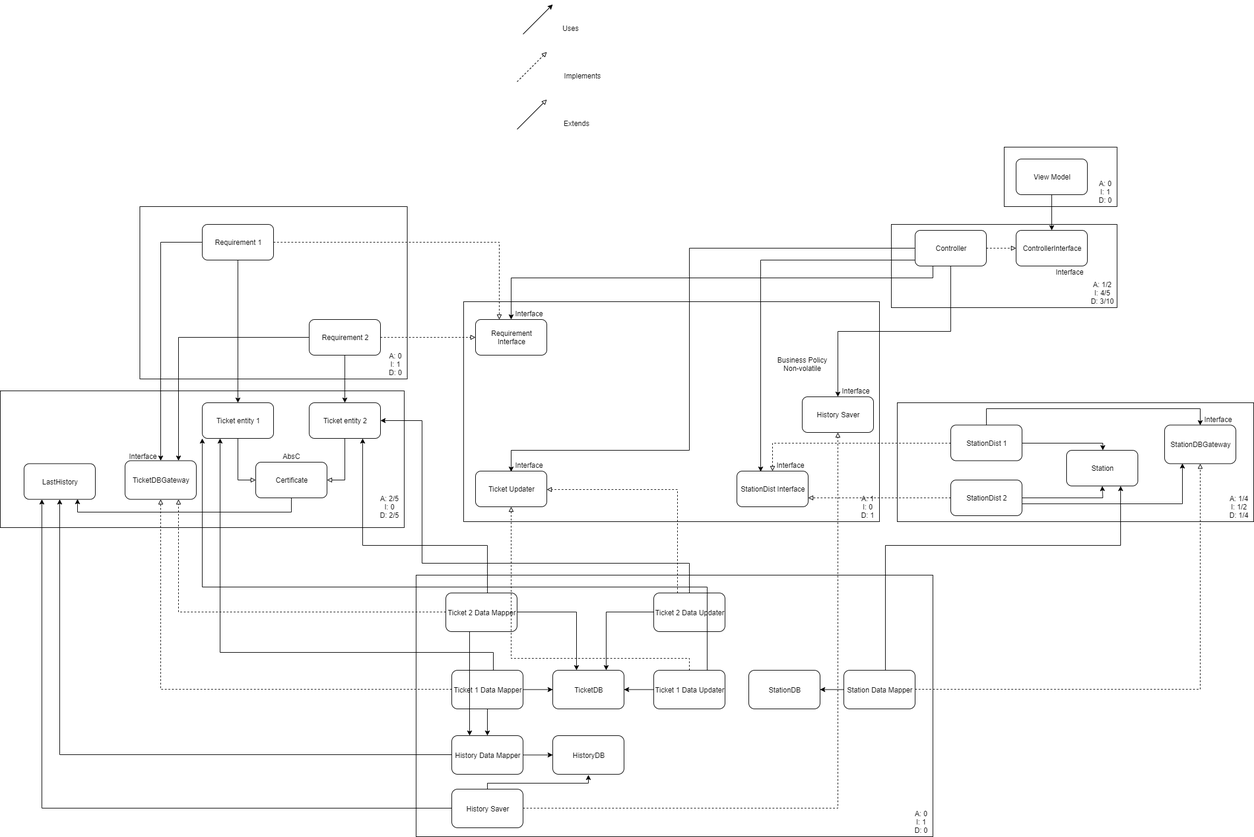
The draw.io diagram AFC.png in piapip/clean-architecture, before a commit. Source tidied: cells renumbered, new cells last; positions are measured from the earlier drawing's top-left corner, leaving out a move shared by most shapes.
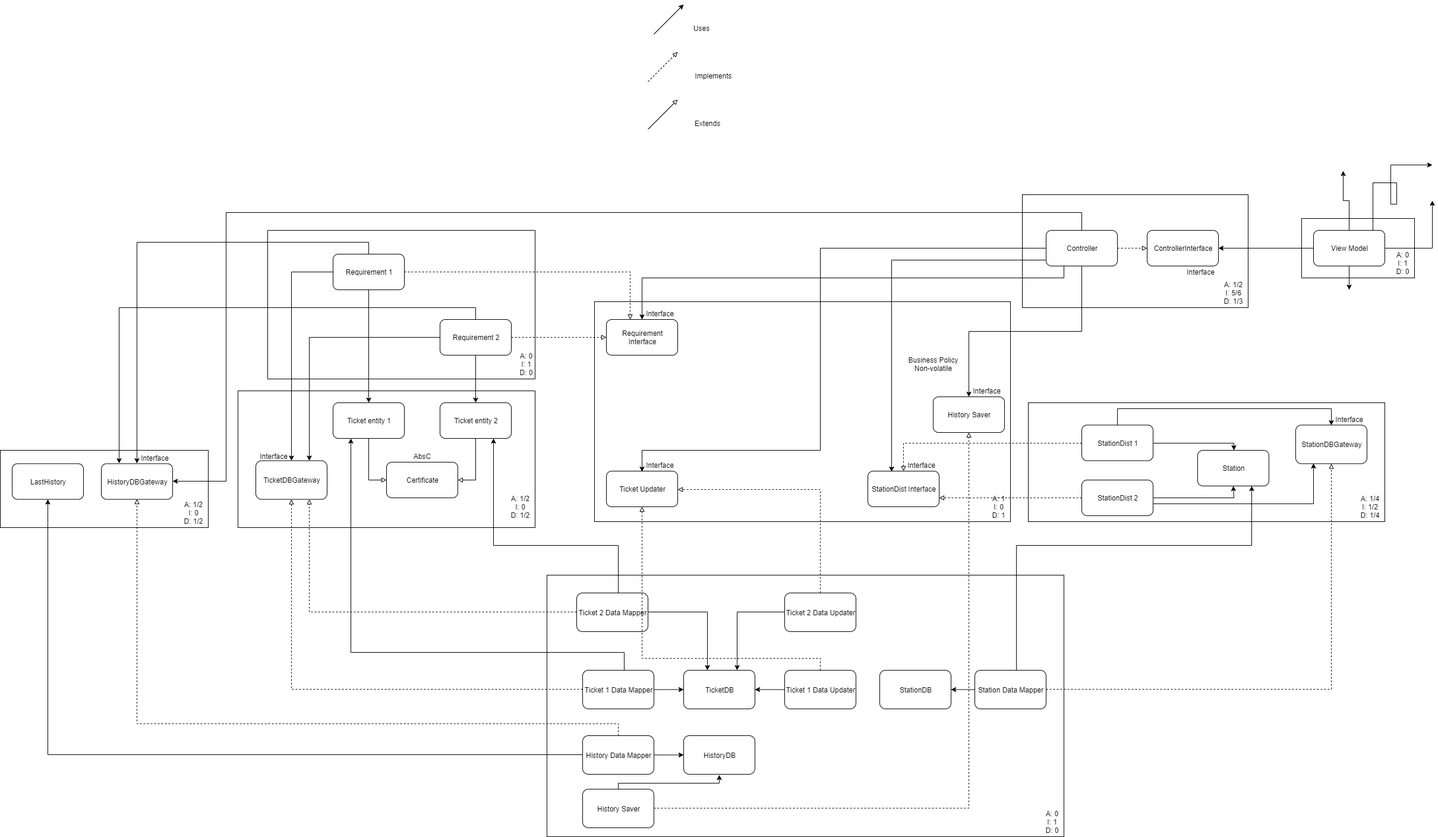
The same diagram one commit later.

The edit, as a diff of the source:
```diff
@@ -2,8 +2,11 @@
   <root>
     <mxCell id="0" />
     <mxCell id="1" parent="0" />
+    <mxCell id="103" style="rounded=0;whiteSpace=wrap;html=1;" parent="1" vertex="1">
+      <mxGeometry x="-220" y="750" width="350" height="130" as="geometry" />
+    </mxCell>
     <mxCell id="2" style="rounded=0;whiteSpace=wrap;html=1;" parent="1" vertex="1">
-      <mxGeometry x="235" y="340" width="450" height="290" as="geometry" />
+      <mxGeometry x="230" y="380" width="450" height="250" as="geometry" />
     </mxCell>
     <mxCell id="3" style="rounded=0;whiteSpace=wrap;html=1;" parent="1" vertex="1">
       <mxGeometry x="780" y="500" width="700" height="370" as="geometry" />
@@ -12,16 +15,8 @@
       <mxGeometry x="1510" y="670" width="600" height="200" as="geometry" />
     </mxCell>
     <mxCell id="5" style="rounded=0;whiteSpace=wrap;html=1;" parent="1" vertex="1">
-      <mxGeometry y="650" width="680" height="230" as="geometry" />
+      <mxGeometry x="180" y="650" width="500" height="230" as="geometry" />
     </mxCell>
-    <mxCell id="6" style="edgeStyle=orthogonalEdgeStyle;rounded=0;jettySize=auto;html=1;entryX=0.75;entryY=1;entryDx=0;entryDy=0;" parent="1" edge="1" source="7" target="73">
-      <mxGeometry relative="1" as="geometry">
-        <Array as="points">
-          <mxPoint x="490" y="854" />
-          <mxPoint x="130" y="854" />
-        </Array>
-      </mxGeometry>
-    </mxCell>
     <mxCell id="7" value="Certificate" style="rounded=1;whiteSpace=wrap;html=1;" parent="1" vertex="1">
       <mxGeometry x="430" y="770" width="120" height="60" as="geometry" />
     </mxCell>
@@ -47,18 +42,26 @@
     <mxCell id="13" style="edgeStyle=orthogonalEdgeStyle;rounded=0;jettySize=auto;html=1;endArrow=classic;endFill=1;exitX=0.5;exitY=1;exitDx=0;exitDy=0;entryX=0.5;entryY=0;entryDx=0;entryDy=0;" parent="1" edge="1" source="16" target="10">
       <mxGeometry relative="1" as="geometry" />
     </mxCell>
-    <mxCell id="14" style="edgeStyle=orthogonalEdgeStyle;rounded=0;jettySize=auto;html=1;dashed=1;endArrow=block;endFill=0;" parent="1" edge="1" source="16" target="31">
+    <mxCell id="14" style="edgeStyle=orthogonalEdgeStyle;rounded=0;jettySize=auto;html=1;dashed=1;endArrow=block;endFill=0;exitX=1;exitY=0.5;exitDx=0;exitDy=0;" parent="1" edge="1" source="16" target="31">
       <mxGeometry relative="1" as="geometry">
         <Array as="points">
-          <mxPoint x="840" y="400" />
+          <mxPoint x="840" y="450" />
         </Array>
       </mxGeometry>
     </mxCell>
     <mxCell id="15" style="edgeStyle=orthogonalEdgeStyle;rounded=0;jettySize=auto;html=1;entryX=0.5;entryY=0;entryDx=0;entryDy=0;endArrow=classic;endFill=1;" parent="1" edge="1" source="16" target="50">
       <mxGeometry relative="1" as="geometry" />
     </mxCell>
+    <mxCell id="104" style="edgeStyle=orthogonalEdgeStyle;rounded=0;jettySize=auto;html=1;entryX=0.5;entryY=0;entryDx=0;entryDy=0;endArrow=classic;endFill=1;" parent="1" edge="1" source="16" target="113">
+      <mxGeometry relative="1" as="geometry">
+        <Array as="points">
+          <mxPoint x="400" y="400" />
+          <mxPoint x="10" y="400" />
+        </Array>
+      </mxGeometry>
+    </mxCell>
     <mxCell id="16" value="Requirement 1" style="rounded=1;whiteSpace=wrap;html=1;" parent="1" vertex="1">
-      <mxGeometry x="340" y="370" width="120" height="60" as="geometry" />
+      <mxGeometry x="340" y="420" width="120" height="60" as="geometry" />
     </mxCell>
     <mxCell id="17" style="edgeStyle=orthogonalEdgeStyle;rounded=0;jettySize=auto;html=1;entryX=0.5;entryY=0;entryDx=0;entryDy=0;endArrow=classic;endFill=1;exitX=0.5;exitY=1;exitDx=0;exitDy=0;" parent="1" edge="1" source="20" target="12">
       <mxGeometry relative="1" as="geometry" />
@@ -69,6 +72,14 @@
     <mxCell id="19" style="edgeStyle=orthogonalEdgeStyle;rounded=0;jettySize=auto;html=1;entryX=0.75;entryY=0;entryDx=0;entryDy=0;endArrow=classic;endFill=1;" parent="1" edge="1" source="20" target="50">
       <mxGeometry relative="1" as="geometry" />
     </mxCell>
+    <mxCell id="105" style="edgeStyle=orthogonalEdgeStyle;rounded=0;jettySize=auto;html=1;entryX=0.25;entryY=0;entryDx=0;entryDy=0;endArrow=classic;endFill=1;exitX=0.5;exitY=0;exitDx=0;exitDy=0;" parent="1" edge="1" source="20" target="113">
+      <mxGeometry relative="1" as="geometry">
+        <Array as="points">
+          <mxPoint x="580" y="510" />
+          <mxPoint x="-20" y="510" />
+        </Array>
+      </mxGeometry>
+    </mxCell>
     <mxCell id="20" value="Requirement 2" style="rounded=1;whiteSpace=wrap;html=1;" parent="1" vertex="1">
       <mxGeometry x="520" y="530" width="120" height="60" as="geometry" />
     </mxCell>
@@ -118,7 +129,7 @@
     <mxCell id="31" value="Requirement Interface" style="rounded=1;whiteSpace=wrap;html=1;" parent="1" vertex="1">
       <mxGeometry x="800" y="530" width="120" height="60" as="geometry" />
     </mxCell>
-    <mxCell id="32" value="A: 2/5&lt;br&gt;I: 0&lt;br&gt;D: 2/5" style="text;html=1;align=center;verticalAlign=middle;" parent="1" vertex="1">
+    <mxCell id="32" value="A: 1/2&lt;br&gt;I: 0&lt;br&gt;D: 1/2" style="text;html=1;align=center;verticalAlign=middle;" parent="1" vertex="1">
       <mxGeometry x="630" y="820" width="50" height="50" as="geometry" />
     </mxCell>
     <mxCell id="33" value="A: 1/4&lt;br&gt;I: 1/2&lt;br&gt;D: 1/4" style="text;html=1;align=center;verticalAlign=middle;" parent="1" vertex="1">
@@ -168,9 +179,6 @@
     <mxCell id="46" style="edgeStyle=orthogonalEdgeStyle;rounded=0;jettySize=auto;html=1;entryX=0;entryY=0.5;entryDx=0;entryDy=0;" parent="1" edge="1" source="49" target="66">
       <mxGeometry relative="1" as="geometry" />
     </mxCell>
-    <mxCell id="47" style="edgeStyle=orthogonalEdgeStyle;rounded=0;jettySize=auto;html=1;entryX=0.5;entryY=0;entryDx=0;entryDy=0;" parent="1" edge="1" source="49" target="71">
-      <mxGeometry relative="1" as="geometry" />
-    </mxCell>
     <mxCell id="48" style="edgeStyle=orthogonalEdgeStyle;rounded=0;jettySize=auto;html=1;entryX=0.25;entryY=1;entryDx=0;entryDy=0;" parent="1" edge="1" source="49" target="10">
       <mxGeometry relative="1" as="geometry">
         <Array as="points">
@@ -192,7 +200,7 @@
       <mxGeometry x="1530" y="1350" width="40" height="50" as="geometry" />
     </mxCell>
     <mxCell id="53" style="rounded=0;whiteSpace=wrap;html=1;" parent="1" vertex="1">
-      <mxGeometry x="1500" y="370" width="380" height="140" as="geometry" />
+      <mxGeometry x="1500" y="320" width="380" height="190" as="geometry" />
     </mxCell>
     <mxCell id="54" style="edgeStyle=orthogonalEdgeStyle;rounded=0;jettySize=auto;html=1;endArrow=classic;endFill=1;" parent="1" edge="1" source="58" target="31">
       <mxGeometry relative="1" as="geometry">
@@ -222,20 +230,55 @@
         </Array>
       </mxGeometry>
     </mxCell>
+    <mxCell id="106" style="edgeStyle=orthogonalEdgeStyle;rounded=0;jettySize=auto;html=1;entryX=1;entryY=0.5;entryDx=0;entryDy=0;endArrow=classic;endFill=1;" parent="1" edge="1" source="58" target="113">
+      <mxGeometry relative="1" as="geometry">
+        <Array as="points">
+          <mxPoint x="1600" y="350" />
+          <mxPoint x="160" y="350" />
+          <mxPoint x="160" y="802" />
+        </Array>
+      </mxGeometry>
+    </mxCell>
     <mxCell id="58" value="Controller" style="rounded=1;whiteSpace=wrap;html=1;" parent="1" vertex="1">
       <mxGeometry x="1540" y="380" width="120" height="60" as="geometry" />
     </mxCell>
-    <mxCell id="59" value="A: 1/2&lt;br&gt;I: 4/5&lt;br&gt;D: 3/10" style="text;html=1;align=center;verticalAlign=middle;" parent="1" vertex="1">
+    <mxCell id="59" value="A: 1/2&lt;br&gt;I: 5/6&lt;br&gt;D: 1/3" style="text;html=1;align=center;verticalAlign=middle;" parent="1" vertex="1">
       <mxGeometry x="1830" y="460" width="50" height="50" as="geometry" />
     </mxCell>
     <mxCell id="60" style="rounded=0;whiteSpace=wrap;html=1;" parent="1" vertex="1">
-      <mxGeometry x="1690" y="240" width="190" height="100" as="geometry" />
+      <mxGeometry x="1970" y="360" width="190" height="100" as="geometry" />
     </mxCell>
-    <mxCell id="61" style="edgeStyle=orthogonalEdgeStyle;rounded=0;jettySize=auto;html=1;entryX=0.5;entryY=0;entryDx=0;entryDy=0;endArrow=classic;endFill=1;" parent="1" edge="1" source="62" target="63">
+    <mxCell id="61" style="edgeStyle=orthogonalEdgeStyle;rounded=0;jettySize=auto;html=1;entryX=1;entryY=0.5;entryDx=0;entryDy=0;endArrow=classic;endFill=1;" parent="1" edge="1" source="62" target="63">
       <mxGeometry relative="1" as="geometry" />
     </mxCell>
+    <mxCell id="107" style="edgeStyle=orthogonalEdgeStyle;rounded=0;jettySize=auto;html=1;" parent="1" edge="1" source="62">
+      <mxGeometry relative="1" as="geometry">
+        <mxPoint x="2040" y="280" as="targetPoint" />
+      </mxGeometry>
+    </mxCell>
+    <mxCell id="108" style="edgeStyle=orthogonalEdgeStyle;rounded=0;jettySize=auto;html=1;" parent="1" edge="1" source="62">
+      <mxGeometry relative="1" as="geometry">
+        <mxPoint x="2050" y="480" as="targetPoint" />
+      </mxGeometry>
+    </mxCell>
+    <mxCell id="109" style="edgeStyle=orthogonalEdgeStyle;rounded=0;jettySize=auto;html=1;" parent="1" edge="1" source="62">
+      <mxGeometry relative="1" as="geometry">
+        <mxPoint x="2190" y="330" as="targetPoint" />
+      </mxGeometry>
+    </mxCell>
+    <mxCell id="110" style="edgeStyle=orthogonalEdgeStyle;rounded=0;jettySize=auto;html=1;" parent="1" edge="1" source="62">
+      <mxGeometry relative="1" as="geometry">
+        <mxPoint x="2190" y="270" as="targetPoint" />
+        <Array as="points">
+          <mxPoint x="2090" y="300" />
+          <mxPoint x="2130" y="300" />
+          <mxPoint x="2130" y="335" />
+          <mxPoint x="2120" y="335" />
+        </Array>
+      </mxGeometry>
+    </mxCell>
     <mxCell id="62" value="View Model" style="rounded=1;whiteSpace=wrap;html=1;" parent="1" vertex="1">
-      <mxGeometry x="1710" y="260" width="120" height="60" as="geometry" />
+      <mxGeometry x="1990" y="380" width="120" height="60" as="geometry" />
     </mxCell>
     <mxCell id="63" value="ControllerInterface" style="rounded=1;whiteSpace=wrap;html=1;" parent="1" vertex="1">
       <mxGeometry x="1710" y="380" width="120" height="60" as="geometry" />
@@ -244,7 +287,7 @@
       <mxGeometry x="1770" y="440" width="60" height="20" as="geometry" />
     </mxCell>
     <mxCell id="65" value="A: 0&lt;br&gt;I: 1&lt;br&gt;D: 0" style="text;html=1;align=center;verticalAlign=middle;" parent="1" vertex="1">
-      <mxGeometry x="1840" y="290" width="40" height="50" as="geometry" />
+      <mxGeometry x="2120" y="410" width="40" height="50" as="geometry" />
     </mxCell>
     <mxCell id="66" value="TicketDB" style="rounded=1;whiteSpace=wrap;html=1;" parent="1" vertex="1">
       <mxGeometry x="930" y="1120" width="120" height="65" as="geometry" />
@@ -261,6 +304,22 @@
     <mxCell id="70" style="edgeStyle=orthogonalEdgeStyle;rounded=0;jettySize=auto;html=1;" parent="1" edge="1" source="71" target="73">
       <mxGeometry relative="1" as="geometry" />
     </mxCell>
+    <mxCell id="111" style="edgeStyle=orthogonalEdgeStyle;rounded=0;jettySize=auto;html=1;entryX=0.5;entryY=1;entryDx=0;entryDy=0;strokeColor=none;dashed=1;endArrow=block;endFill=0;" parent="1" edge="1" source="71" target="113">
+      <mxGeometry relative="1" as="geometry">
+        <Array as="points">
+          <mxPoint x="820" y="1210" />
+          <mxPoint x="10" y="1210" />
+        </Array>
+      </mxGeometry>
+    </mxCell>
+    <mxCell id="112" style="edgeStyle=orthogonalEdgeStyle;rounded=0;jettySize=auto;html=1;entryX=0.5;entryY=1;entryDx=0;entryDy=0;dashed=1;endArrow=block;endFill=0;" parent="1" edge="1" source="71" target="113">
+      <mxGeometry relative="1" as="geometry">
+        <Array as="points">
+          <mxPoint x="820" y="1210" />
+          <mxPoint x="10" y="1210" />
+        </Array>
+      </mxGeometry>
+    </mxCell>
     <mxCell id="71" value="History Data Mapper" style="rounded=1;whiteSpace=wrap;html=1;" parent="1" vertex="1">
       <mxGeometry x="760" y="1230" width="120" height="65" as="geometry" />
     </mxCell>
@@ -268,7 +327,7 @@
       <mxGeometry x="930" y="1230" width="120" height="65" as="geometry" />
     </mxCell>
     <mxCell id="73" value="LastHistory" style="rounded=1;whiteSpace=wrap;html=1;" parent="1" vertex="1">
-      <mxGeometry x="40" y="772.5" width="120" height="60" as="geometry" />
+      <mxGeometry x="-200" y="772.5" width="120" height="60" as="geometry" />
     </mxCell>
     <mxCell id="74" value="History Saver" style="rounded=1;whiteSpace=wrap;html=1;" parent="1" vertex="1">
       <mxGeometry x="1350" y="660" width="120" height="60" as="geometry" />
@@ -296,9 +355,6 @@
     <mxCell id="78" style="edgeStyle=orthogonalEdgeStyle;rounded=0;jettySize=auto;html=1;endArrow=block;endFill=0;dashed=1;" parent="1" edge="1" source="80" target="74">
       <mxGeometry relative="1" as="geometry" />
     </mxCell>
-    <mxCell id="79" style="edgeStyle=orthogonalEdgeStyle;rounded=0;jettySize=auto;html=1;entryX=0.25;entryY=1;entryDx=0;entryDy=0;endArrow=classic;endFill=1;" parent="1" edge="1" source="80" target="73">
-      <mxGeometry relative="1" as="geometry" />
-    </mxCell>
     <mxCell id="80" value="History Saver" style="rounded=1;whiteSpace=wrap;html=1;" parent="1" vertex="1">
       <mxGeometry x="760" y="1320" width="120" height="65" as="geometry" />
     </mxCell>
@@ -322,14 +378,6 @@
         </Array>
       </mxGeometry>
     </mxCell>
-    <mxCell id="84" style="edgeStyle=orthogonalEdgeStyle;rounded=0;jettySize=auto;html=1;entryX=0.25;entryY=0;entryDx=0;entryDy=0;endArrow=classic;endFill=1;" parent="1" edge="1" source="85" target="71">
-      <mxGeometry relative="1" as="geometry">
-        <Array as="points">
-          <mxPoint x="790" y="1090" />
-          <mxPoint x="790" y="1090" />
-        </Array>
-      </mxGeometry>
-    </mxCell>
     <mxCell id="85" value="Ticket 2 Data Mapper" style="rounded=1;whiteSpace=wrap;html=1;" parent="1" vertex="1">
       <mxGeometry x="750" y="990" width="120" height="65" as="geometry" />
     </mxCell>
@@ -366,19 +414,10 @@
     <mxCell id="93" style="edgeStyle=orthogonalEdgeStyle;rounded=0;jettySize=auto;html=1;entryX=0.75;entryY=0;entryDx=0;entryDy=0;" parent="1" edge="1" source="96" target="66">
       <mxGeometry relative="1" as="geometry" />
     </mxCell>
-    <mxCell id="94" style="edgeStyle=orthogonalEdgeStyle;rounded=0;jettySize=auto;html=1;entryX=1;entryY=0.5;entryDx=0;entryDy=0;endArrow=classic;endFill=1;" parent="1" edge="1" source="96" target="12">
-      <mxGeometry relative="1" as="geometry">
-        <Array as="points">
-          <mxPoint x="1160" y="940" />
-          <mxPoint x="710" y="940" />
-          <mxPoint x="710" y="700" />
-        </Array>
-      </mxGeometry>
-    </mxCell>
-    <mxCell id="95" style="edgeStyle=orthogonalEdgeStyle;rounded=0;jettySize=auto;html=1;entryX=1;entryY=0.5;entryDx=0;entryDy=0;endArrow=block;endFill=0;dashed=1;" parent="1" edge="1" source="96" target="101">
+    <mxCell id="95" style="edgeStyle=orthogonalEdgeStyle;rounded=0;jettySize=auto;html=1;entryX=1;entryY=0.5;entryDx=0;entryDy=0;endArrow=block;endFill=0;dashed=1;exitX=0.5;exitY=0;exitDx=0;exitDy=0;" parent="1" edge="1" source="96" target="101">
       <mxGeometry relative="1" as="geometry">
         <Array as="points">
-          <mxPoint x="1140" y="816" />
+          <mxPoint x="1160" y="815" />
         </Array>
       </mxGeometry>
     </mxCell>
@@ -388,14 +427,6 @@
     <mxCell id="97" style="edgeStyle=orthogonalEdgeStyle;rounded=0;jettySize=auto;html=1;entryX=1;entryY=0.5;entryDx=0;entryDy=0;" parent="1" edge="1" source="99" target="66">
       <mxGeometry relative="1" as="geometry" />
     </mxCell>
-    <mxCell id="98" style="edgeStyle=orthogonalEdgeStyle;rounded=0;jettySize=auto;html=1;entryX=0;entryY=1;entryDx=0;entryDy=0;endArrow=classic;endFill=1;" parent="1" edge="1" source="99" target="10">
-      <mxGeometry relative="1" as="geometry">
-        <Array as="points">
-          <mxPoint x="1190" y="980" />
-          <mxPoint x="340" y="980" />
-        </Array>
-      </mxGeometry>
-    </mxCell>
     <mxCell id="99" value="Ticket 1 Data Updater" style="rounded=1;whiteSpace=wrap;html=1;" parent="1" vertex="1">
       <mxGeometry x="1100" y="1120" width="120" height="65" as="geometry" />
     </mxCell>
@@ -413,5 +444,14 @@
         </Array>
       </mxGeometry>
     </mxCell>
+    <mxCell id="113" value="HistoryDBGateway" style="rounded=1;whiteSpace=wrap;html=1;" parent="1" vertex="1">
+      <mxGeometry x="-50" y="772.5" width="120" height="60" as="geometry" />
+    </mxCell>
+    <mxCell id="114" value="Interface" style="text;html=1;align=center;verticalAlign=middle;" parent="1" vertex="1">
+      <mxGeometry x="10" y="752.5" width="60" height="20" as="geometry" />
+    </mxCell>
+    <mxCell id="115" value="A: 1/2&lt;br&gt;I: 0&lt;br&gt;D: 1/2" style="text;html=1;align=center;verticalAlign=middle;" parent="1" vertex="1">
+      <mxGeometry x="80" y="830" width="50" height="50" as="geometry" />
+    </mxCell>
   </root>
 </mxGraphModel>
```
